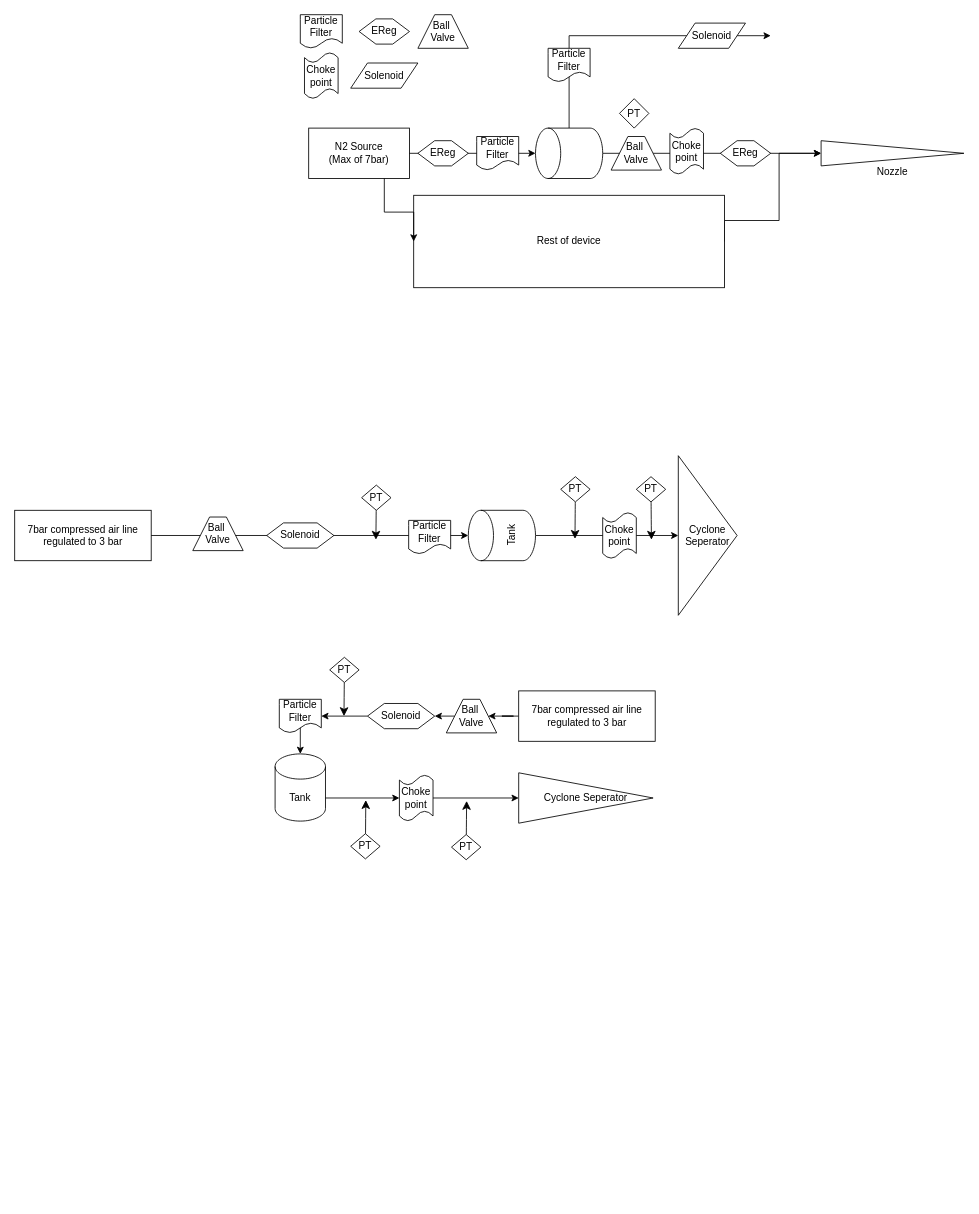
Above: Research_Files/February/FYP_test.drawio in JakCrane/FYP (draw.io), before the change. Source tidied: cells renumbered, new cells numbered last; positions are measured from the earlier drawing's top-left corner, leaving out a move shared by most shapes. Both pictures are drawn from the tidied source at 84%, with x=0, y=0 at pixel (14, 14).
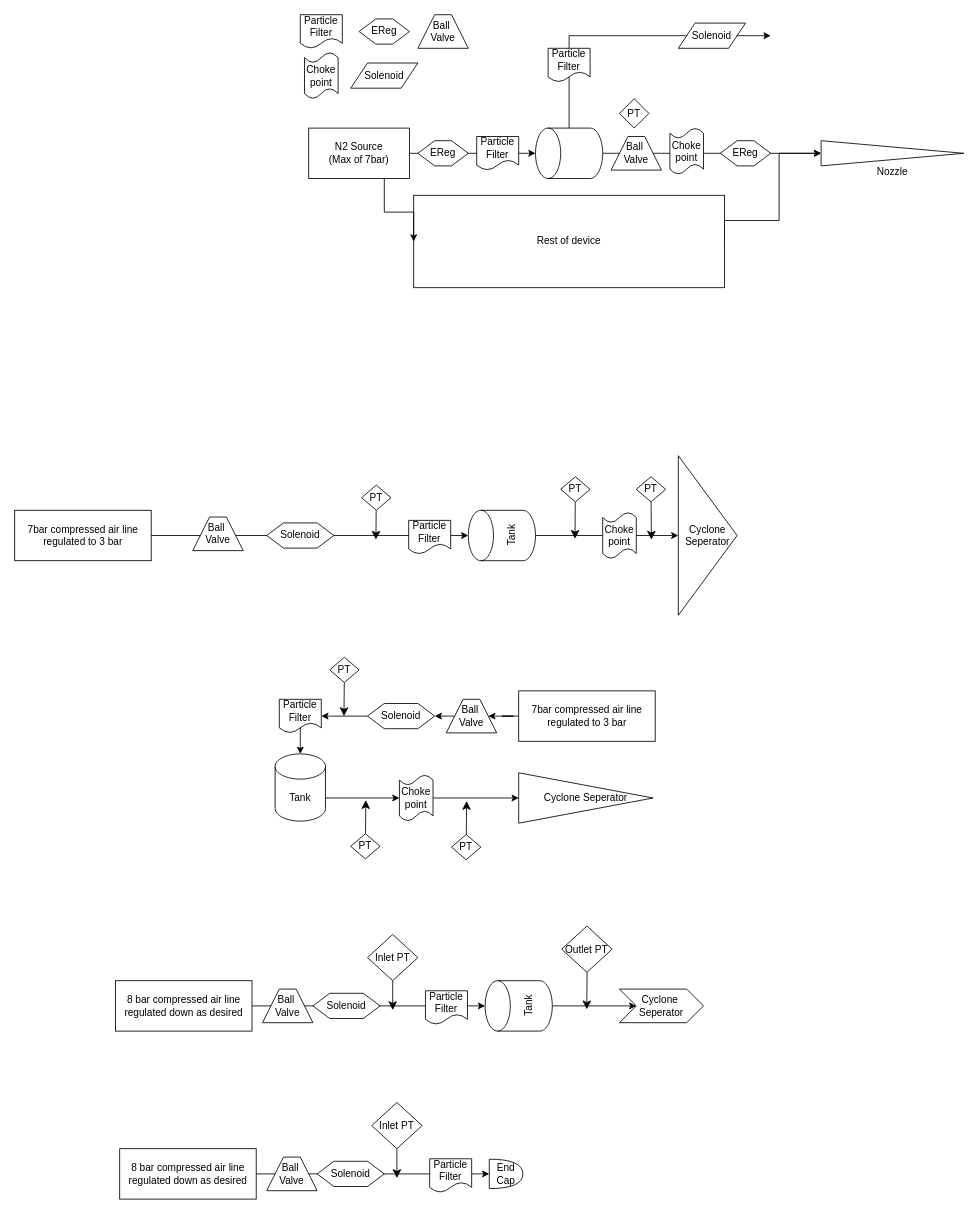
Above is the later version.

Diff of the diagram source:
```diff
@@
+    <mxCell id="58" style="edgeStyle=orthogonalEdgeStyle;rounded=0;jettySize=auto;html=1;exitX=0.5;exitY=1;exitDx=0;exitDy=0;exitPerimeter=0;" parent="1" edge="1" source="59">
+      <mxGeometry relative="1" as="geometry">
+        <mxPoint x="740" y="1180" as="targetPoint" />
+      </mxGeometry>
+    </mxCell>
+    <mxCell id="59" value="Tank" style="shape=cylinder3;whiteSpace=wrap;html=1;boundedLbl=1;backgroundOutline=1;size=15;rotation=-90;" parent="1" vertex="1">
+      <mxGeometry x="570" y="1140" width="60" height="80" as="geometry" />
+    </mxCell>
+    <mxCell id="60" value="8 bar compressed air line regulated down as desired" style="rounded=0;whiteSpace=wrap;html=1;" parent="1" vertex="1">
+      <mxGeometry x="120" y="1150" width="162.5" height="60" as="geometry" />
+    </mxCell>
+    <mxCell id="61" style="edgeStyle=orthogonalEdgeStyle;rounded=0;jettySize=auto;html=1;exitX=1;exitY=0.5;exitDx=0;exitDy=0;entryX=0.5;entryY=0;entryDx=0;entryDy=0;entryPerimeter=0;" parent="1" edge="1" source="60" target="59">
+      <mxGeometry relative="1" as="geometry" />
+    </mxCell>
+    <mxCell id="62" value="Ball&amp;nbsp;&lt;div&gt;Valve&lt;/div&gt;" style="shape=trapezoid;perimeter=trapezoidPerimeter;whiteSpace=wrap;html=1;fixedSize=1;" parent="1" vertex="1">
+      <mxGeometry x="295" y="1160" width="60" height="40" as="geometry" />
+    </mxCell>
+    <mxCell id="63" style="edgeStyle=none;curved=1;rounded=0;orthogonalLoop=1;jettySize=auto;html=1;fontSize=12;startSize=8;endSize=8;" parent="1" edge="1">
+      <mxGeometry relative="1" as="geometry">
+        <mxPoint x="681.4" y="1140" as="sourcePoint" />
+        <mxPoint x="681" y="1184.1" as="targetPoint" />
+      </mxGeometry>
+    </mxCell>
+    <mxCell id="64" style="edgeStyle=none;curved=1;rounded=0;jettySize=auto;html=1;fontSize=12;startSize=8;endSize=8;" parent="1" edge="1" source="65">
+      <mxGeometry relative="1" as="geometry">
+        <mxPoint x="450" y="1185" as="targetPoint" />
+      </mxGeometry>
+    </mxCell>
+    <mxCell id="65" value="Inlet PT" style="rhombus;whiteSpace=wrap;html=1;" parent="1" vertex="1">
+      <mxGeometry x="420" y="1095" width="60" height="55" as="geometry" />
+    </mxCell>
+    <mxCell id="66" value="Particle Filter" style="shape=document;whiteSpace=wrap;html=1;boundedLbl=1;" parent="1" vertex="1">
+      <mxGeometry x="489" y="1162" width="50" height="40" as="geometry" />
+    </mxCell>
+    <mxCell id="67" value="Solenoid" style="shape=hexagon;perimeter=hexagonPerimeter2;whiteSpace=wrap;html=1;fixedSize=1;" parent="1" vertex="1">
+      <mxGeometry x="355" y="1165" width="80" height="30" as="geometry" />
+    </mxCell>
+    <mxCell id="68" value="Outlet PT" style="rhombus;whiteSpace=wrap;html=1;" parent="1" vertex="1">
+      <mxGeometry x="651.2" y="1085" width="60" height="55" as="geometry" />
+    </mxCell>
+    <mxCell id="69" value="8 bar compressed air line regulated down as desired" style="rounded=0;whiteSpace=wrap;html=1;" parent="1" vertex="1">
+      <mxGeometry x="125" y="1350" width="162.5" height="60" as="geometry" />
+    </mxCell>
+    <mxCell id="70" style="edgeStyle=orthogonalEdgeStyle;rounded=0;jettySize=auto;html=1;exitX=1;exitY=0.5;exitDx=0;exitDy=0;entryX=0.5;entryY=0;entryDx=0;entryDy=0;entryPerimeter=0;" parent="1" edge="1" source="69">
+      <mxGeometry relative="1" as="geometry">
+        <mxPoint x="565" y="1380" as="targetPoint" />
+      </mxGeometry>
+    </mxCell>
+    <mxCell id="71" value="Ball&amp;nbsp;&lt;div&gt;Valve&lt;/div&gt;" style="shape=trapezoid;perimeter=trapezoidPerimeter;whiteSpace=wrap;html=1;fixedSize=1;" parent="1" vertex="1">
+      <mxGeometry x="300" y="1360" width="60" height="40" as="geometry" />
+    </mxCell>
+    <mxCell id="72" style="edgeStyle=none;curved=1;rounded=0;jettySize=auto;html=1;fontSize=12;startSize=8;endSize=8;" parent="1" edge="1" source="73">
+      <mxGeometry relative="1" as="geometry">
+        <mxPoint x="455" y="1385" as="targetPoint" />
+      </mxGeometry>
+    </mxCell>
+    <mxCell id="73" value="Inlet PT" style="rhombus;whiteSpace=wrap;html=1;" parent="1" vertex="1">
+      <mxGeometry x="425" y="1295" width="60" height="55" as="geometry" />
+    </mxCell>
+    <mxCell id="74" value="Particle Filter" style="shape=document;whiteSpace=wrap;html=1;boundedLbl=1;" parent="1" vertex="1">
+      <mxGeometry x="494" y="1362" width="50" height="40" as="geometry" />
+    </mxCell>
+    <mxCell id="75" value="Solenoid" style="shape=hexagon;perimeter=hexagonPerimeter2;whiteSpace=wrap;html=1;fixedSize=1;" parent="1" vertex="1">
+      <mxGeometry x="360" y="1365" width="80" height="30" as="geometry" />
+    </mxCell>
+    <mxCell id="76" value="End Cap" style="shape=or;whiteSpace=wrap;html=1;" parent="1" vertex="1">
+      <mxGeometry x="565" y="1362.5" width="40" height="35" as="geometry" />
+    </mxCell>
+    <mxCell id="77" value="Cyclone&amp;nbsp;&lt;div&gt;Seperator&lt;/div&gt;" style="shape=step;perimeter=stepPerimeter;whiteSpace=wrap;html=1;fixedSize=1;" parent="1" vertex="1">
+      <mxGeometry x="720" y="1160" width="100" height="40" as="geometry" />
+    </mxCell>
```
